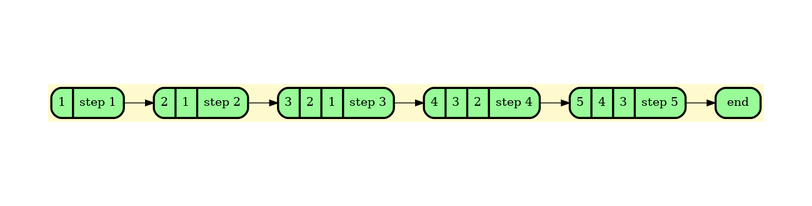
This is graphDump/dump.png from BulgakovDmitry/LFU_cache, a Graphviz export, as it was before one commit. Its source is kept beside it as graphDump/dump.gv.
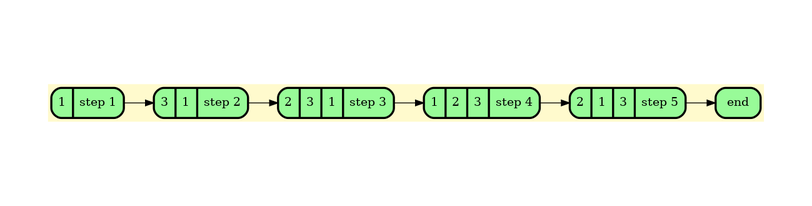
Later version of the same file.

The edit, as a diff of the source:
```diff
@@ -5,10 +5,10 @@
     bgcolor="lemonchiffon";
 
 	node_0 [shape=Mrecord; style = filled; fillcolor = palegreen;color = "#000000"; fontcolor = "#000000";  label=" {1 | step 1} "];
-	node_1 [shape=Mrecord; style = filled; fillcolor = palegreen;color = "#000000"; fontcolor = "#000000";  label=" {2 | 1 | step 2} "];
-	node_2 [shape=Mrecord; style = filled; fillcolor = palegreen;color = "#000000"; fontcolor = "#000000";  label=" {3 | 2 | 1 | step 3} "];
-	node_3 [shape=Mrecord; style = filled; fillcolor = palegreen;color = "#000000"; fontcolor = "#000000";  label=" {4 | 3 | 2 | step 4} "];
-	node_4 [shape=Mrecord; style = filled; fillcolor = palegreen;color = "#000000"; fontcolor = "#000000";  label=" {5 | 4 | 3 | step 5} "];
+	node_1 [shape=Mrecord; style = filled; fillcolor = palegreen;color = "#000000"; fontcolor = "#000000";  label=" {3 | 1 | step 2} "];
+	node_2 [shape=Mrecord; style = filled; fillcolor = palegreen;color = "#000000"; fontcolor = "#000000";  label=" {2 | 3 | 1 | step 3} "];
+	node_3 [shape=Mrecord; style = filled; fillcolor = palegreen;color = "#000000"; fontcolor = "#000000";  label=" {1 | 2 | 3 | step 4} "];
+	node_4 [shape=Mrecord; style = filled; fillcolor = palegreen;color = "#000000"; fontcolor = "#000000";  label=" {2 | 1 | 3 | step 5} "];
 	node_5 [shape=Mrecord; style = filled; fillcolor = palegreen;color = "#000000"; fontcolor = "#000000";  label=" { end }"];
 
 	node_0 -> node_1
```
